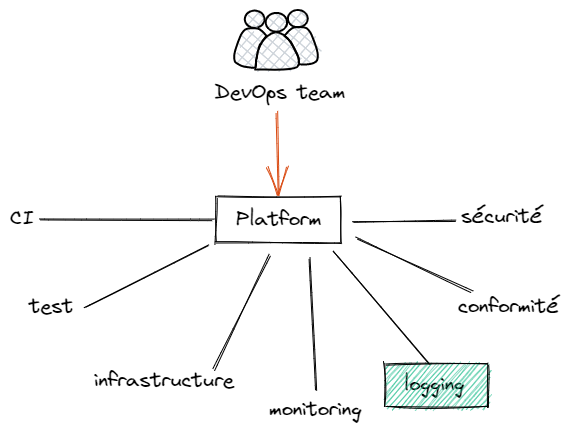
ojacques/presentations keeps this Excalidraw diagram as snowcamp_2023/assets/platform-logging.excalidraw.png. Above is the earlier version. Source tidied: one line per element, renumbered; positions are measured from the earlier drawing's top-left corner, leaving out a move shared by most shapes. The source it was exported from:
```json
{"id": 0, "type": "text", "text": "conformité", "strokeColor": "#000000", "strokeWidth": 1, "roughness": 1, "fontSize": 20, "fontFamily": 1, "x": 448, "y": 284, "width": 103, "height": 25}
{"id": 1, "type": "text", "text": "monitoring", "strokeColor": "#000000", "strokeWidth": 1, "roughness": 1, "fontSize": 20, "fontFamily": 1, "x": 259, "y": 387, "width": 94, "height": 25}
{"id": 2, "type": "text", "text": "infrastructure", "strokeColor": "#000000", "strokeWidth": 1, "roughness": 1, "fontSize": 20, "fontFamily": 1, "x": 84, "y": 358, "width": 142, "height": 25}
{"id": 3, "type": "text", "text": "sécurité", "strokeColor": "#000000", "strokeWidth": 1, "roughness": 1, "fontSize": 20, "fontFamily": 1, "x": 451, "y": 194, "width": 83, "height": 25}
{"id": 4, "type": "text", "text": "CI", "strokeColor": "#000000", "strokeWidth": 1, "roughness": 1, "fontSize": 20, "fontFamily": 1, "x": 0, "y": 196, "width": 26, "height": 25}
{"id": 5, "type": "text", "text": "logging", "strokeColor": "#000000", "strokeWidth": 1, "roughness": 1, "fontSize": 20, "fontFamily": 1, "x": 394, "y": 362, "width": 62, "height": 25}
{"id": 6, "type": "text", "text": "test", "strokeColor": "#000000", "strokeWidth": 1, "roughness": 1, "fontSize": 20, "fontFamily": 1, "x": 19, "y": 284, "width": 46, "height": 25}
{"id": 7, "type": "rectangle", "strokeColor": "#000000", "strokeWidth": 1, "roughness": 1, "x": 206, "y": 187, "width": 125, "height": 46}
{"id": 8, "type": "text", "text": "Platform", "strokeColor": "#000000", "strokeWidth": 1, "roughness": 1, "fontSize": 20, "fontFamily": 1, "textAlign": "center", "verticalAlign": "middle", "inside": 7, "x": 225, "y": 197, "width": 87, "height": 25}
{"id": 9, "type": "line", "strokeColor": "#000000", "strokeWidth": 1, "roughness": 1, "x": 30, "y": 210, "width": 173, "height": 0, "points": [[0, 0], [173, 0]]}
{"id": 10, "type": "line", "strokeColor": "#000000", "strokeWidth": 1, "roughness": 1, "x": 75, "y": 297, "width": 124, "height": 61, "points": [[0, 0], [124, -61]]}
{"id": 11, "type": "line", "strokeColor": "#000000", "strokeWidth": 1, "roughness": 1, "x": 204, "y": 360, "width": 57, "height": 114, "points": [[0, 0], [57, -114]]}
{"id": 12, "type": "line", "strokeColor": "#000000", "strokeWidth": 1, "roughness": 1, "x": 306, "y": 380, "width": 6, "height": 132, "points": [[0, 0], [-6, -132]]}
{"id": 13, "type": "line", "strokeColor": "#000000", "strokeWidth": 1, "roughness": 1, "x": 323, "y": 243, "width": 96, "height": 111, "points": [[0, 0], [96, 111]]}
{"id": 14, "type": "line", "strokeColor": "#000000", "strokeWidth": 1, "roughness": 1, "x": 346, "y": 228, "width": 116, "height": 54, "points": [[0, 0], [116, 54]]}
{"id": 15, "type": "line", "strokeColor": "#000000", "strokeWidth": 1, "roughness": 1, "x": 343, "y": 212, "width": 102, "height": 1, "points": [[0, 0], [102, -1]]}
{"id": 16, "type": "text", "text": "DevOps team", "strokeColor": "#000000", "backgroundColor": "white", "fillStyle": "solid", "strokeWidth": 1, "roughness": 1, "fontSize": 20, "fontFamily": 1, "x": 205, "y": 70, "width": 132, "height": 25}
{"id": 17, "type": "ellipse", "strokeColor": "#000000", "backgroundColor": "#ced4da", "fillStyle": "cross-hatch", "strokeWidth": 2, "roughness": 0, "x": 278, "y": 0, "width": 20, "height": 17}
{"id": 18, "type": "ellipse", "strokeColor": "#000000", "backgroundColor": "#ced4da", "fillStyle": "cross-hatch", "strokeWidth": 2, "roughness": 0, "x": 235, "y": 1, "width": 20, "height": 17}
{"id": 19, "type": "line", "strokeColor": "#000000", "backgroundColor": "#ced4da", "fillStyle": "cross-hatch", "strokeWidth": 2, "roughness": 0, "x": 245, "y": 60, "width": 42, "height": 37, "points": [[0, 0], [5, -25], [20, -37], [35, -27], [42, -3], [0, 0]]}
{"id": 20, "type": "ellipse", "strokeColor": "#000000", "backgroundColor": "#ced4da", "fillStyle": "cross-hatch", "strokeWidth": 2, "roughness": 0, "x": 256, "y": 3, "width": 21, "height": 19}
{"id": 21, "type": "line", "strokeColor": "#000000", "backgroundColor": "#ced4da", "fillStyle": "cross-hatch", "strokeWidth": 2, "roughness": 0, "x": 274, "y": 26, "width": 33, "height": 37, "points": [[0, 0], [5, -6], [10, -8], [17, -9], [22, -8], [26, -4], [28, 2], [31, 8], [33, 14], [33, 20], [33, 25], [29, 27], [25, 28], [19, 29], [15, 28], [14, 22], [13, 19], [10, 13], [6, 6], [0, 0]]}
{"id": 22, "type": "line", "strokeColor": "#000000", "backgroundColor": "#ced4da", "fillStyle": "cross-hatch", "strokeWidth": 2, "roughness": 0, "x": 256, "y": 26, "width": 32, "height": 39, "points": [[0, 0], [-4, -4], [-8, -7], [-16, -8], [-21, -6], [-25, -2], [-27, 3], [-29, 9], [-31, 16], [-32, 21], [-31, 26], [-28, 28], [-24, 30], [-18, 31], [-11, 31], [-10, 24], [-10, 21], [-8, 15], [-5, 7], [0, 0]]}
{"id": 23, "type": "arrow", "strokeColor": "#d9480f", "strokeWidth": 1, "roughness": 1, "endArrowhead": "arrow", "from": 16, "to": 7, "x": 268, "y": 102, "width": 1, "height": 82, "points": [[0, 0], [1, 82]]}
{"id": 24, "type": "rectangle", "strokeColor": "#000000", "backgroundColor": "#12b886", "fillStyle": "hachure", "strokeWidth": 1, "roughness": 1, "x": 375, "y": 353, "width": 103, "height": 44}
```
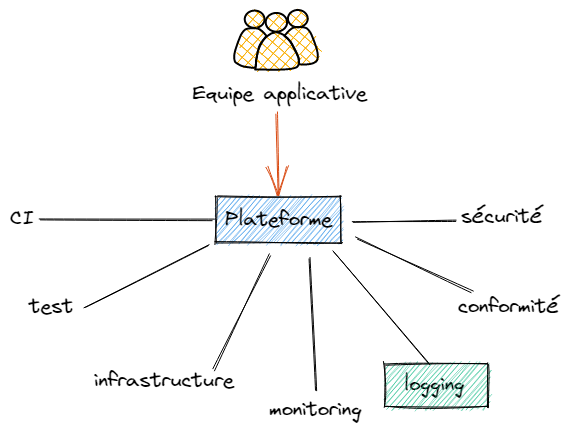
The same file after the commit.

The edit, as a diff of the source:
```diff
@@ -5,8 +5,8 @@
 {"id": 4, "type": "text", "text": "CI", "strokeColor": "#000000", "strokeWidth": 1, "roughness": 1, "fontSize": 20, "fontFamily": 1, "x": 0, "y": 196, "width": 26, "height": 25}
 {"id": 5, "type": "text", "text": "logging", "strokeColor": "#000000", "strokeWidth": 1, "roughness": 1, "fontSize": 20, "fontFamily": 1, "x": 394, "y": 362, "width": 62, "height": 25}
 {"id": 6, "type": "text", "text": "test", "strokeColor": "#000000", "strokeWidth": 1, "roughness": 1, "fontSize": 20, "fontFamily": 1, "x": 19, "y": 284, "width": 46, "height": 25}
-{"id": 7, "type": "rectangle", "strokeColor": "#000000", "strokeWidth": 1, "roughness": 1, "x": 206, "y": 187, "width": 125, "height": 46}
+{"id": 7, "type": "rectangle", "strokeColor": "#000000", "backgroundColor": "#228be6", "fillStyle": "hachure", "strokeWidth": 1, "roughness": 1, "x": 206, "y": 187, "width": 125, "height": 46}
-{"id": 8, "type": "text", "text": "Platform", "strokeColor": "#000000", "strokeWidth": 1, "roughness": 1, "fontSize": 20, "fontFamily": 1, "textAlign": "center", "verticalAlign": "middle", "inside": 7, "x": 225, "y": 197, "width": 87, "height": 25}
+{"id": 8, "type": "text", "text": "Plateforme", "strokeColor": "#000000", "strokeWidth": 1, "roughness": 1, "fontSize": 20, "fontFamily": 1, "textAlign": "center", "verticalAlign": "middle", "inside": 7, "x": 214, "y": 197, "width": 109, "height": 25}
 {"id": 9, "type": "line", "strokeColor": "#000000", "strokeWidth": 1, "roughness": 1, "x": 30, "y": 210, "width": 173, "height": 0, "points": [[0, 0], [173, 0]]}
 {"id": 10, "type": "line", "strokeColor": "#000000", "strokeWidth": 1, "roughness": 1, "x": 75, "y": 297, "width": 124, "height": 61, "points": [[0, 0], [124, -61]]}
 {"id": 11, "type": "line", "strokeColor": "#000000", "strokeWidth": 1, "roughness": 1, "x": 204, "y": 360, "width": 57, "height": 114, "points": [[0, 0], [57, -114]]}
@@ -14,12 +14,12 @@
 {"id": 13, "type": "line", "strokeColor": "#000000", "strokeWidth": 1, "roughness": 1, "x": 323, "y": 243, "width": 96, "height": 111, "points": [[0, 0], [96, 111]]}
 {"id": 14, "type": "line", "strokeColor": "#000000", "strokeWidth": 1, "roughness": 1, "x": 346, "y": 228, "width": 116, "height": 54, "points": [[0, 0], [116, 54]]}
 {"id": 15, "type": "line", "strokeColor": "#000000", "strokeWidth": 1, "roughness": 1, "x": 343, "y": 212, "width": 102, "height": 1, "points": [[0, 0], [102, -1]]}
-{"id": 16, "type": "text", "text": "DevOps team", "strokeColor": "#000000", "backgroundColor": "white", "fillStyle": "solid", "strokeWidth": 1, "roughness": 1, "fontSize": 20, "fontFamily": 1, "x": 205, "y": 70, "width": 132, "height": 25}
+{"id": 16, "type": "text", "text": "Equipe applicative", "strokeColor": "#000000", "backgroundColor": "white", "fillStyle": "solid", "strokeWidth": 1, "roughness": 1, "fontSize": 20, "fontFamily": 1, "x": 183, "y": 71, "width": 176, "height": 25}
-{"id": 17, "type": "ellipse", "strokeColor": "#000000", "backgroundColor": "#ced4da", "fillStyle": "cross-hatch", "strokeWidth": 2, "roughness": 0, "x": 278, "y": 0, "width": 20, "height": 17}
+{"id": 17, "type": "ellipse", "strokeColor": "#000000", "backgroundColor": "#fab005", "fillStyle": "cross-hatch", "strokeWidth": 2, "roughness": 0, "x": 278, "y": 0, "width": 20, "height": 17}
-{"id": 18, "type": "ellipse", "strokeColor": "#000000", "backgroundColor": "#ced4da", "fillStyle": "cross-hatch", "strokeWidth": 2, "roughness": 0, "x": 235, "y": 1, "width": 20, "height": 17}
+{"id": 18, "type": "ellipse", "strokeColor": "#000000", "backgroundColor": "#fab005", "fillStyle": "cross-hatch", "strokeWidth": 2, "roughness": 0, "x": 235, "y": 1, "width": 20, "height": 17}
-{"id": 19, "type": "line", "strokeColor": "#000000", "backgroundColor": "#ced4da", "fillStyle": "cross-hatch", "strokeWidth": 2, "roughness": 0, "x": 245, "y": 60, "width": 42, "height": 37, "points": [[0, 0], [5, -25], [20, -37], [35, -27], [42, -3], [0, 0]]}
+{"id": 19, "type": "line", "strokeColor": "#000000", "backgroundColor": "#fab005", "fillStyle": "cross-hatch", "strokeWidth": 2, "roughness": 0, "x": 245, "y": 60, "width": 42, "height": 37, "points": [[0, 0], [5, -25], [20, -37], [35, -27], [42, -3], [0, 0]]}
-{"id": 20, "type": "ellipse", "strokeColor": "#000000", "backgroundColor": "#ced4da", "fillStyle": "cross-hatch", "strokeWidth": 2, "roughness": 0, "x": 256, "y": 3, "width": 21, "height": 19}
+{"id": 20, "type": "ellipse", "strokeColor": "#000000", "backgroundColor": "#fab005", "fillStyle": "cross-hatch", "strokeWidth": 2, "roughness": 0, "x": 256, "y": 3, "width": 21, "height": 19}
-{"id": 21, "type": "line", "strokeColor": "#000000", "backgroundColor": "#ced4da", "fillStyle": "cross-hatch", "strokeWidth": 2, "roughness": 0, "x": 274, "y": 26, "width": 33, "height": 37, "points": [[0, 0], [5, -6], [10, -8], [17, -9], [22, -8], [26, -4], [28, 2], [31, 8], [33, 14], [33, 20], [33, 25], [29, 27], [25, 28], [19, 29], [15, 28], [14, 22], [13, 19], [10, 13], [6, 6], [0, 0]]}
+{"id": 21, "type": "line", "strokeColor": "#000000", "backgroundColor": "#fab005", "fillStyle": "cross-hatch", "strokeWidth": 2, "roughness": 0, "x": 274, "y": 26, "width": 33, "height": 37, "points": [[0, 0], [5, -6], [10, -8], [17, -9], [22, -8], [26, -4], [28, 2], [31, 8], [33, 14], [33, 20], [33, 25], [29, 27], [25, 28], [19, 29], [15, 28], [14, 22], [13, 19], [10, 13], [6, 6], [0, 0]]}
-{"id": 22, "type": "line", "strokeColor": "#000000", "backgroundColor": "#ced4da", "fillStyle": "cross-hatch", "strokeWidth": 2, "roughness": 0, "x": 256, "y": 26, "width": 32, "height": 39, "points": [[0, 0], [-4, -4], [-8, -7], [-16, -8], [-21, -6], [-25, -2], [-27, 3], [-29, 9], [-31, 16], [-32, 21], [-31, 26], [-28, 28], [-24, 30], [-18, 31], [-11, 31], [-10, 24], [-10, 21], [-8, 15], [-5, 7], [0, 0]]}
+{"id": 22, "type": "line", "strokeColor": "#000000", "backgroundColor": "#fab005", "fillStyle": "cross-hatch", "strokeWidth": 2, "roughness": 0, "x": 256, "y": 26, "width": 32, "height": 39, "points": [[0, 0], [-4, -4], [-8, -7], [-16, -8], [-21, -6], [-25, -2], [-27, 3], [-29, 9], [-31, 16], [-32, 21], [-31, 26], [-28, 28], [-24, 30], [-18, 31], [-11, 31], [-10, 24], [-10, 21], [-8, 15], [-5, 7], [0, 0]]}
-{"id": 23, "type": "arrow", "strokeColor": "#d9480f", "strokeWidth": 1, "roughness": 1, "endArrowhead": "arrow", "from": 16, "to": 7, "x": 268, "y": 102, "width": 1, "height": 82, "points": [[0, 0], [1, 82]]}
+{"id": 23, "type": "arrow", "strokeColor": "#d9480f", "strokeWidth": 1, "roughness": 1, "endArrowhead": "arrow", "from": 16, "to": 7, "x": 268, "y": 103, "width": 1, "height": 81, "points": [[0, 0], [1, 81]]}
 {"id": 24, "type": "rectangle", "strokeColor": "#000000", "backgroundColor": "#12b886", "fillStyle": "hachure", "strokeWidth": 1, "roughness": 1, "x": 375, "y": 353, "width": 103, "height": 44}
```
